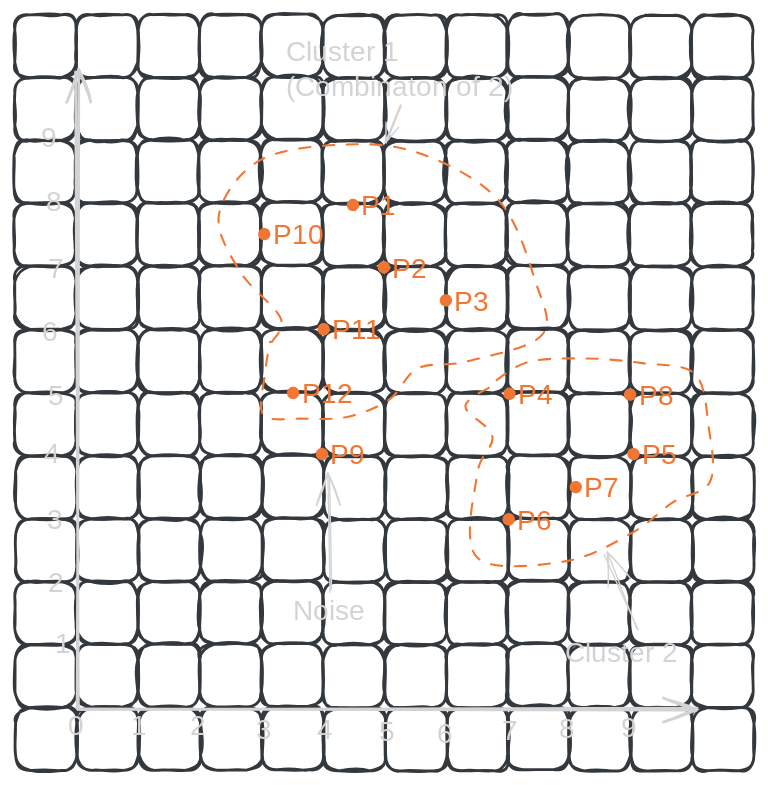
Pravin-hub-rgb/BCA keeps this Excalidraw diagram as resources/sem6/images/ml7.svg. Above is the earlier version. Source tidied: one line per element, renumbered; positions are measured from the earlier drawing's top-left corner, leaving out a move shared by most shapes.
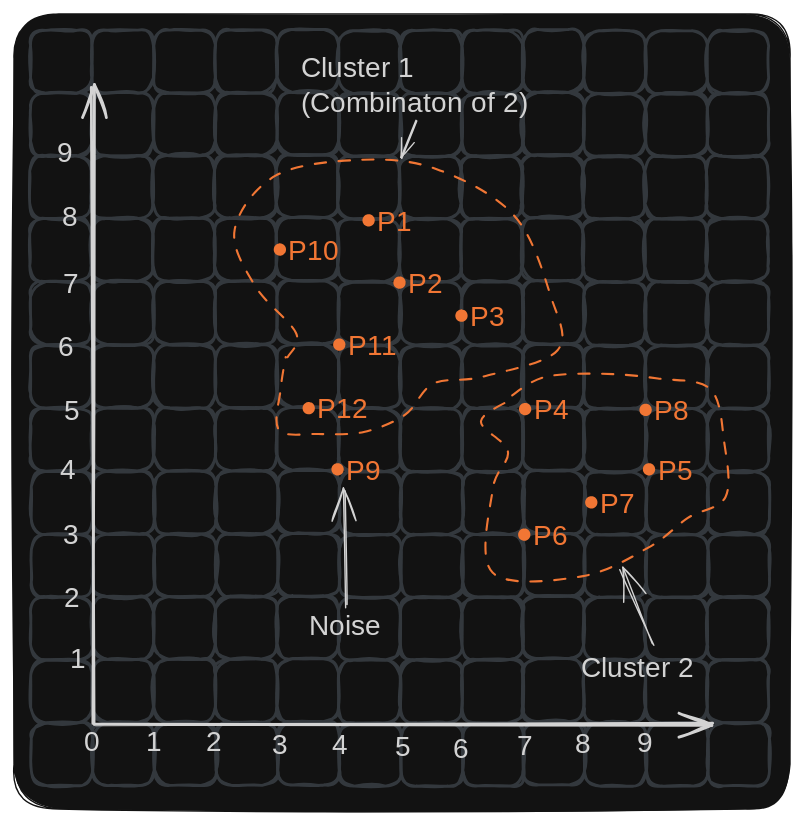
After the commit.

What changed in the source:
```diff
@@ -1,3 +1,4 @@
+{"id": 197, "type": "rectangle", "strokeColor": "#ffffff", "backgroundColor": "#ffffff", "fillStyle": "solid", "strokeWidth": 1, "roughness": 1, "round": true, "x": -11, "y": -11, "width": 555, "height": 568}
 {"id": 0, "type": "rectangle", "strokeColor": "#ced4da", "strokeWidth": 2, "roughness": 1, "round": true, "x": 1, "y": 226, "width": 44, "height": 45}
 {"id": 1, "type": "rectangle", "strokeColor": "#ced4da", "strokeWidth": 2, "roughness": 1, "round": true, "x": 44, "y": 226, "width": 44, "height": 45}
 {"id": 2, "type": "rectangle", "strokeColor": "#ced4da", "strokeWidth": 2, "roughness": 1, "round": true, "x": 1, "y": 271, "width": 44, "height": 45}
```
